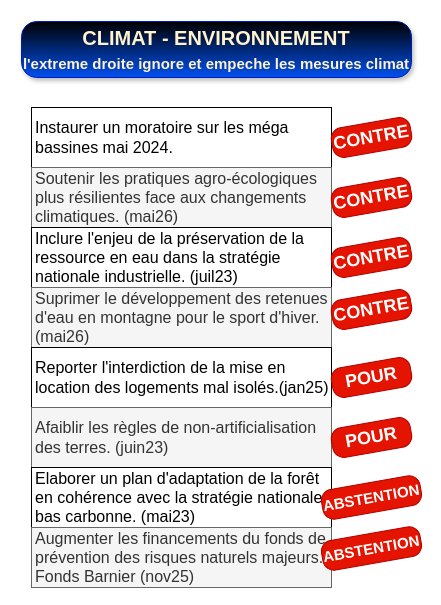
This is drawio/Climat_1.drawio from bernard44600/cedbn, a draw.io file, before an edit. Source tidied: cells renumbered, new cells numbered last; positions are measured from the earlier drawing's top-left corner, leaving out a move shared by most shapes. Both pictures are drawn from the tidied source at 100%, with x=0, y=0 at pixel (21, 21).
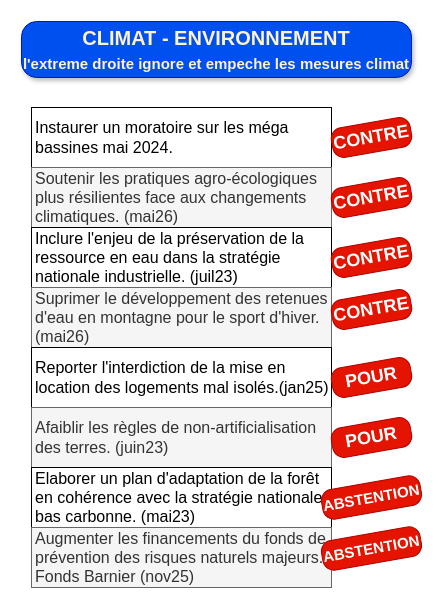
The same page after the edit.

Diff of the diagram source:
```diff
@@
 <mxGraphModel>
   <root>
     <mxCell id="0" />
     <mxCell id="1" parent="0" />
-    <mxCell id="2" value="&lt;font face=&quot;Helvetica&quot;&gt;&lt;b&gt;CLIMAT - ENVIRONNEMENT&lt;br&gt;&lt;font style=&quot;font-size: 15px;&quot;&gt;l'extreme droite ignore et empeche les mesures climat&lt;/font&gt;&lt;/b&gt;&lt;/font&gt;" style="rounded=1;whiteSpace=wrap;html=1;fontSize=20;fillColor=#0050ef;strokeColor=#001DBC;fontColor=#FFF2CC;gradientColor=default;gradientDirection=north;roundedPerimeter=1;shadow=1;glass=0;multiple=0;fontFamily=Tahoma;labelBackgroundColor=none;arcSize=27;" parent="1" vertex="1">
+    <mxCell id="2" value="&lt;font face=&quot;Helvetica&quot;&gt;&lt;b&gt;CLIMAT - ENVIRONNEMENT&lt;br&gt;&lt;font style=&quot;font-size: 15px;&quot;&gt;l'extreme droite ignore et empeche les mesures climat&lt;/font&gt;&lt;/b&gt;&lt;/font&gt;" style="rounded=1;whiteSpace=wrap;html=1;fontSize=20;fillColor=#0050ef;strokeColor=#001DBC;fontColor=#FFF2CC;gradientColor=none;gradientDirection=north;roundedPerimeter=1;shadow=1;glass=0;multiple=0;fontFamily=Tahoma;labelBackgroundColor=none;arcSize=27;" parent="1" vertex="1">
       <mxGeometry width="390" height="56" as="geometry" />
     </mxCell>
     <mxCell id="3" value="&lt;div&gt;Instaurer un moratoire sur les méga bassines mai 2024.&lt;/div&gt;" style="rounded=0;whiteSpace=wrap;html=1;fontFamily=Helvetica;fontSize=16;align=left;spacingLeft=2;" parent="1" vertex="1">
       <mxGeometry x="10" y="86" width="300" height="60" as="geometry" />
     </mxCell>
     <mxCell id="4" value="&lt;div&gt;Soutenir les pratiques agro-écologiques plus résilientes face aux changements climatiques. (mai26)&lt;/div&gt;" style="rounded=0;whiteSpace=wrap;html=1;fontFamily=Helvetica;fontSize=16;align=left;fillColor=#f5f5f5;fontColor=#333333;strokeColor=#666666;spacingLeft=2;" parent="1" vertex="1">
       <mxGeometry x="10" y="146" width="300" height="60" as="geometry" />
     </mxCell>
     <mxCell id="5" value="Inclure l'enjeu de la préservation de la ressource en eau dans la stratégie nationale industrielle. (juil23)" style="rounded=0;whiteSpace=wrap;html=1;fontFamily=Helvetica;fontSize=16;align=left;spacingLeft=2;" parent="1" vertex="1">
       <mxGeometry x="10" y="206" width="300" height="60" as="geometry" />
     </mxCell>
     <mxCell id="6" value="&lt;div&gt;&lt;span style=&quot;background-color: transparent; color: light-dark(rgb(51, 51, 51), rgb(193, 193, 193));&quot;&gt;Suprimer le développement des retenues d'eau en montagne pour le sport d'hiver. (mai26)&lt;/span&gt;&lt;/div&gt;" style="rounded=0;whiteSpace=wrap;html=1;fontFamily=Helvetica;fontSize=16;align=left;fillColor=#f5f5f5;fontColor=#333333;strokeColor=#666666;spacingLeft=2;" parent="1" vertex="1">
       <mxGeometry x="10" y="266" width="300" height="60" as="geometry" />
     </mxCell>
     <mxCell id="7" value="Reporter l'interdiction de la mise en location des logements mal isolés.(jan25)" style="rounded=0;whiteSpace=wrap;html=1;fontFamily=Helvetica;fontSize=16;align=left;spacingLeft=2;" parent="1" vertex="1">
       <mxGeometry x="10" y="326" width="300" height="60" as="geometry" />
     </mxCell>
     <mxCell id="8" value="Afaiblir les règles de non-artificialisation des terres. (juin23)" style="rounded=0;whiteSpace=wrap;html=1;fontFamily=Helvetica;fontSize=16;align=left;fillColor=#f5f5f5;fontColor=#333333;strokeColor=#666666;spacingLeft=2;" parent="1" vertex="1">
       <mxGeometry x="10" y="386" width="300" height="60" as="geometry" />
     </mxCell>
     <mxCell id="9" value="Elaborer un plan d'adaptation de la forêt en cohérence avec la stratégie nationale bas carbonne. (mai23)" style="rounded=0;whiteSpace=wrap;html=1;fontFamily=Helvetica;fontSize=16;align=left;spacingLeft=2;" parent="1" vertex="1">
       <mxGeometry x="10" y="446" width="300" height="60" as="geometry" />
     </mxCell>
     <mxCell id="10" value="Augmenter les financements du fonds de prévention des risques naturels majeurs. Fonds Barnier (nov25)" style="rounded=0;whiteSpace=wrap;html=1;fontFamily=Helvetica;fontSize=16;align=left;fillColor=#f5f5f5;fontColor=#333333;strokeColor=#666666;spacingLeft=2;" parent="1" vertex="1">
       <mxGeometry x="10" y="506" width="300" height="60" as="geometry" />
     </mxCell>
     <mxCell id="11" value="CONTRE" style="text;html=1;whiteSpace=wrap;strokeColor=#B20000;fillColor=#e51400;align=center;verticalAlign=middle;rounded=1;fontSize=18;fontColor=#ffffff;fontStyle=1;roundedPerimeter=1;arcSize=37;rotation=-10;" parent="1" vertex="1">
       <mxGeometry x="310" y="101" width="80" height="30" as="geometry" />
     </mxCell>
     <mxCell id="12" value="CONTRE" style="text;html=1;whiteSpace=wrap;strokeColor=#B20000;fillColor=#e51400;align=center;verticalAlign=middle;rounded=1;fontSize=18;fontColor=#ffffff;fontStyle=1;roundedPerimeter=1;arcSize=37;rotation=-10;" parent="1" vertex="1">
       <mxGeometry x="310" y="161" width="80" height="30" as="geometry" />
     </mxCell>
     <mxCell id="13" value="CONTRE" style="text;html=1;whiteSpace=wrap;strokeColor=#B20000;fillColor=#e51400;align=center;verticalAlign=middle;rounded=1;fontSize=18;fontColor=#ffffff;fontStyle=1;roundedPerimeter=1;arcSize=37;rotation=-10;" parent="1" vertex="1">
       <mxGeometry x="310" y="221" width="80" height="30" as="geometry" />
     </mxCell>
     <mxCell id="14" value="CONTRE" style="text;html=1;whiteSpace=wrap;strokeColor=#B20000;fillColor=#e51400;align=center;verticalAlign=middle;rounded=1;fontSize=18;fontColor=#ffffff;fontStyle=1;roundedPerimeter=1;arcSize=37;rotation=-10;" parent="1" vertex="1">
       <mxGeometry x="310" y="273" width="80" height="30" as="geometry" />
     </mxCell>
     <mxCell id="15" value="ABSTENTION" style="text;html=1;whiteSpace=wrap;strokeColor=#B20000;fillColor=#e51400;align=center;verticalAlign=middle;rounded=1;fontSize=15;fontColor=#ffffff;fontStyle=1;roundedPerimeter=1;arcSize=37;rotation=-10;" parent="1" vertex="1">
       <mxGeometry x="300" y="512" width="100" height="30" as="geometry" />
     </mxCell>
     <mxCell id="16" value="ABSTENTION" style="text;html=1;whiteSpace=wrap;strokeColor=#B20000;fillColor=#e51400;align=center;verticalAlign=middle;rounded=1;fontSize=15;fontColor=#ffffff;fontStyle=1;roundedPerimeter=1;arcSize=37;rotation=-10;" parent="1" vertex="1">
       <mxGeometry x="300" y="461" width="100" height="30" as="geometry" />
     </mxCell>
     <mxCell id="17" value="POUR" style="text;html=1;whiteSpace=wrap;strokeColor=#B20000;fillColor=#e51400;align=center;verticalAlign=middle;rounded=1;fontSize=18;fontColor=#ffffff;fontStyle=1;roundedPerimeter=1;arcSize=37;rotation=-10;" parent="1" vertex="1">
       <mxGeometry x="310" y="401" width="80" height="30" as="geometry" />
     </mxCell>
     <mxCell id="18" value="POUR" style="text;html=1;whiteSpace=wrap;strokeColor=#B20000;fillColor=#e51400;align=center;verticalAlign=middle;rounded=1;fontSize=18;fontColor=#ffffff;fontStyle=1;roundedPerimeter=1;arcSize=37;rotation=-10;" parent="1" vertex="1">
       <mxGeometry x="310" y="341" width="80" height="30" as="geometry" />
     </mxCell>
   </root>
 </mxGraphModel>
```
